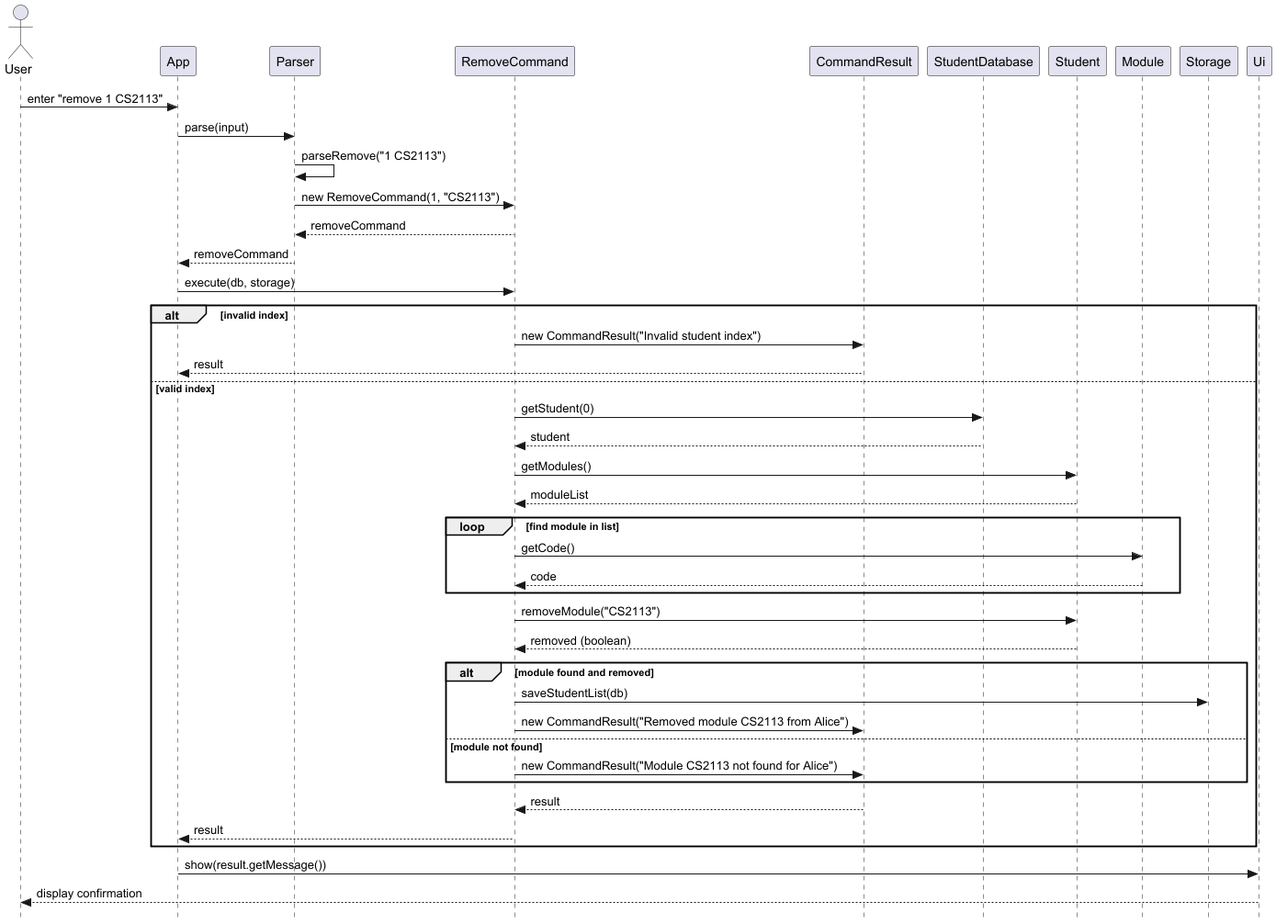
Above: docs/images/RemoveCommandSequence.png in AgaraNUS/tp (PlantUML), before the change. Source of this version:
```plantuml
@startuml RemoveCommandSequence
skinparam style strictuml
actor User

User -> App : enter "remove 1 CS2113"
App -> Parser : parse(input)
Parser -> Parser : parseRemove("1 CS2113")
Parser -> RemoveCommand : new RemoveCommand(1, "CS2113")
RemoveCommand --> Parser : removeCommand
Parser --> App : removeCommand
App -> RemoveCommand : execute(db, storage)

alt invalid index
    RemoveCommand -> CommandResult : new CommandResult("Invalid student index")
    CommandResult --> App : result
else valid index
    RemoveCommand -> StudentDatabase : getStudent(0)
    StudentDatabase --> RemoveCommand : student
    RemoveCommand -> Student : getModules()
    Student --> RemoveCommand : moduleList

    loop find module in list
        RemoveCommand -> Module : getCode()
        Module --> RemoveCommand : code
    end

    RemoveCommand -> Student : removeModule("CS2113")
    Student --> RemoveCommand : removed (boolean)

    alt module found and removed
        RemoveCommand -> Storage : saveStudentList(db)
        RemoveCommand -> CommandResult : new CommandResult("Removed module CS2113 from Alice")
    else module not found
        RemoveCommand -> CommandResult : new CommandResult("Module CS2113 not found for Alice")
    end

    CommandResult --> RemoveCommand : result
    RemoveCommand --> App : result
end

App -> Ui : show(result.getMessage())
Ui --> User : display confirmation
@enduml
```
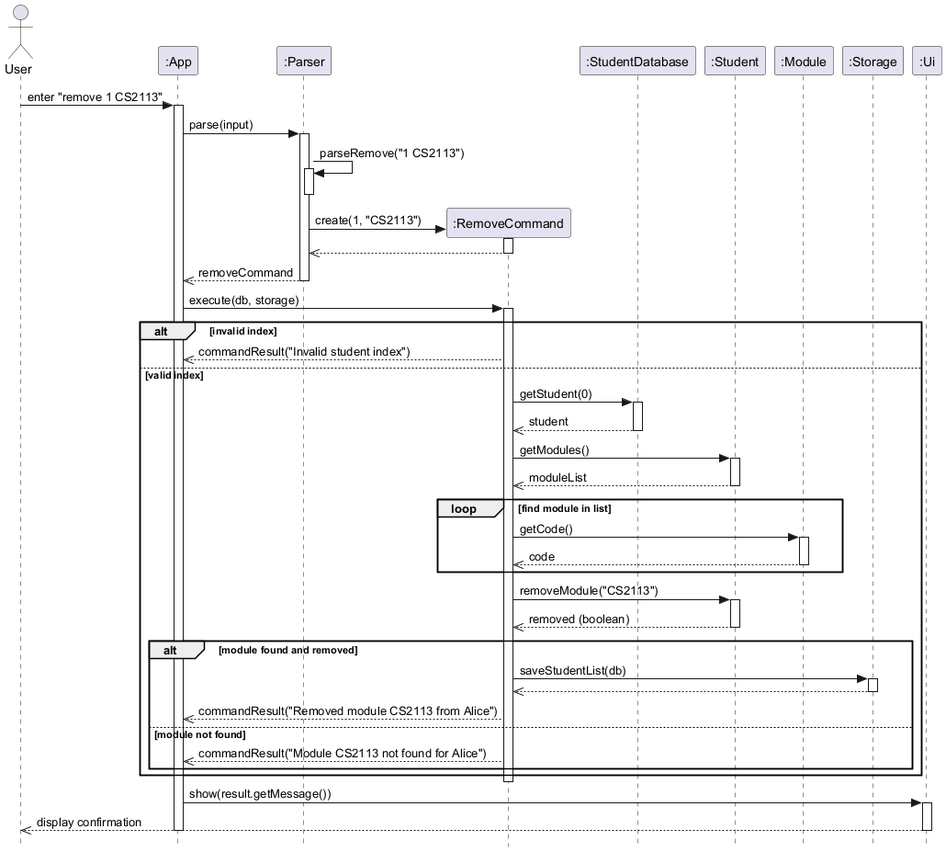
Above is the later version.

The edit, as a diff of the source:
```diff
@@ -2,42 +2,70 @@
 skinparam style strictuml
 actor User
 
+participant ":App" as App
+participant ":Parser" as Parser
+participant ":RemoveCommand" as RemoveCommand
+participant ":StudentDatabase" as StudentDatabase
+participant ":Student" as Student
+participant ":Module" as Module
+participant ":Storage" as Storage
+participant ":Ui" as Ui
+
 User -> App : enter "remove 1 CS2113"
+activate App
 App -> Parser : parse(input)
+activate Parser
 Parser -> Parser : parseRemove("1 CS2113")
-Parser -> RemoveCommand : new RemoveCommand(1, "CS2113")
-RemoveCommand --> Parser : removeCommand
-Parser --> App : removeCommand
+activate Parser
+deactivate Parser
+Parser -> RemoveCommand ** : create(1, "CS2113")
+activate RemoveCommand
+RemoveCommand -->> Parser
+deactivate RemoveCommand
+Parser -->> App : removeCommand
+deactivate Parser
 App -> RemoveCommand : execute(db, storage)
+activate RemoveCommand
 
 alt invalid index
-    RemoveCommand -> CommandResult : new CommandResult("Invalid student index")
-    CommandResult --> App : result
+    RemoveCommand -->> App : commandResult("Invalid student index")
 else valid index
     RemoveCommand -> StudentDatabase : getStudent(0)
-    StudentDatabase --> RemoveCommand : student
+    activate StudentDatabase
+    StudentDatabase -->> RemoveCommand : student
+    deactivate StudentDatabase
     RemoveCommand -> Student : getModules()
-    Student --> RemoveCommand : moduleList
+    activate Student
+    Student -->> RemoveCommand : moduleList
+    deactivate Student
 
     loop find module in list
         RemoveCommand -> Module : getCode()
-        Module --> RemoveCommand : code
+        activate Module
+        Module -->> RemoveCommand : code
+        deactivate Module
     end
 
     RemoveCommand -> Student : removeModule("CS2113")
-    Student --> RemoveCommand : removed (boolean)
+    activate Student
+    Student -->> RemoveCommand : removed (boolean)
+    deactivate Student
 
     alt module found and removed
         RemoveCommand -> Storage : saveStudentList(db)
-        RemoveCommand -> CommandResult : new CommandResult("Removed module CS2113 from Alice")
+        activate Storage
+        Storage -->> RemoveCommand
+        deactivate Storage
+        RemoveCommand -->> App : commandResult("Removed module CS2113 from Alice")
     else module not found
-        RemoveCommand -> CommandResult : new CommandResult("Module CS2113 not found for Alice")
+        RemoveCommand -->> App : commandResult("Module CS2113 not found for Alice")
     end
-
-    CommandResult --> RemoveCommand : result
-    RemoveCommand --> App : result
 end
+deactivate RemoveCommand
 
 App -> Ui : show(result.getMessage())
-Ui --> User : display confirmation
+activate Ui
+Ui -->> User : display confirmation
+deactivate Ui
+deactivate App
 @enduml
```
